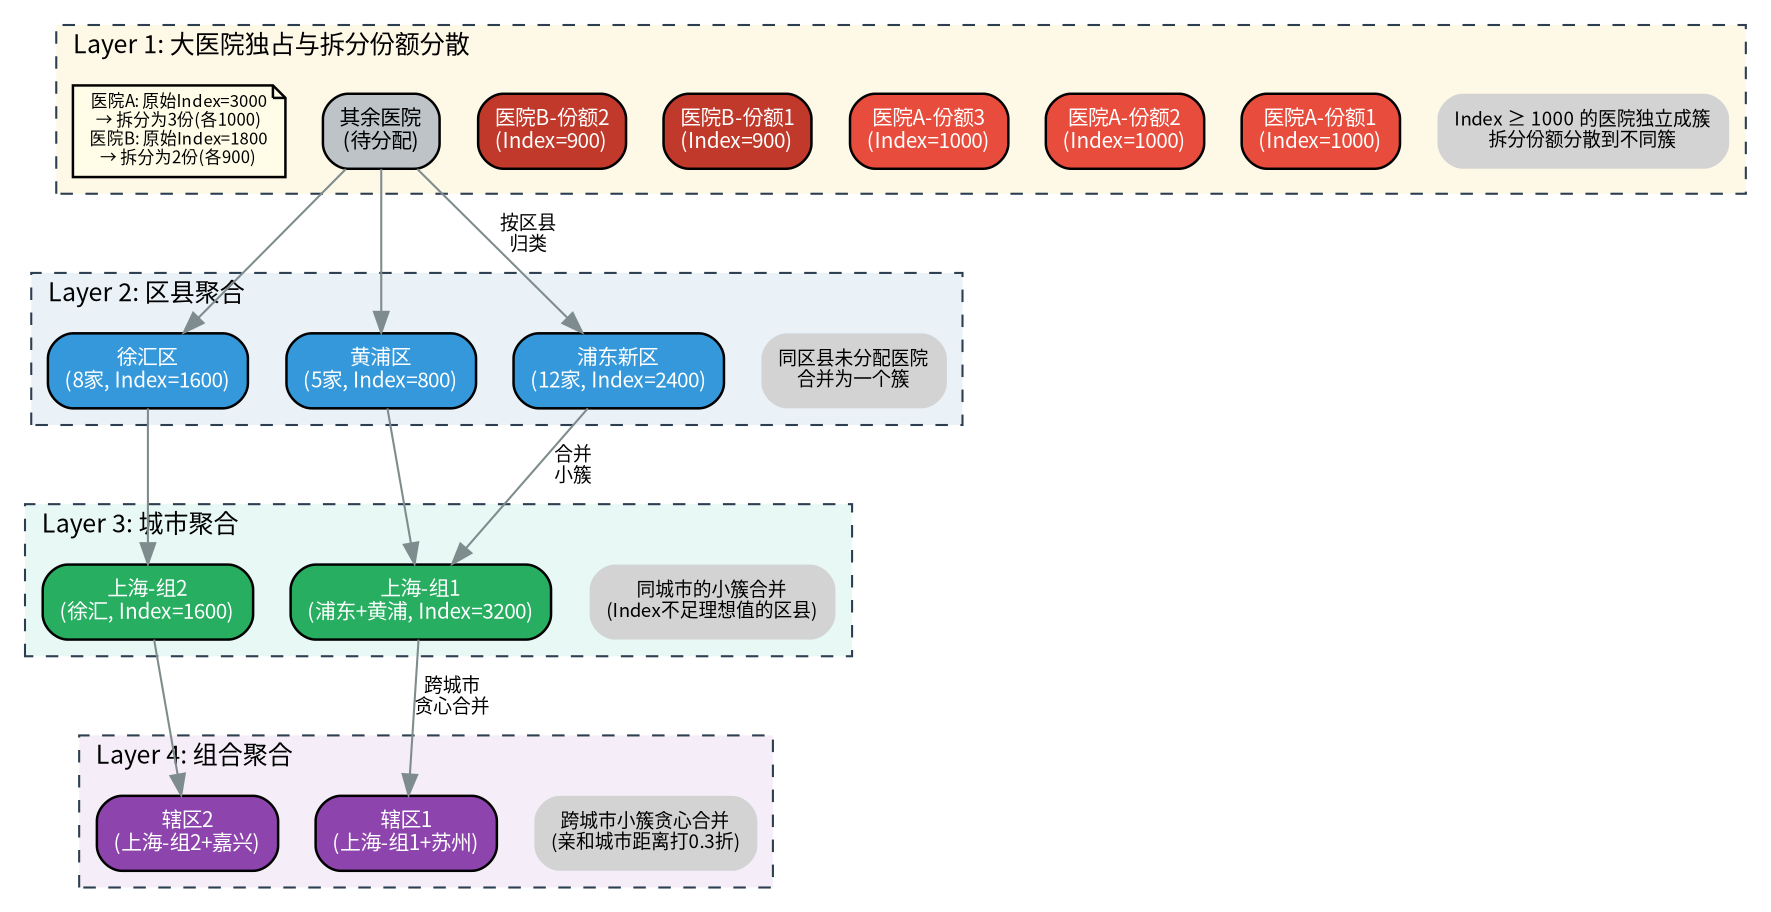
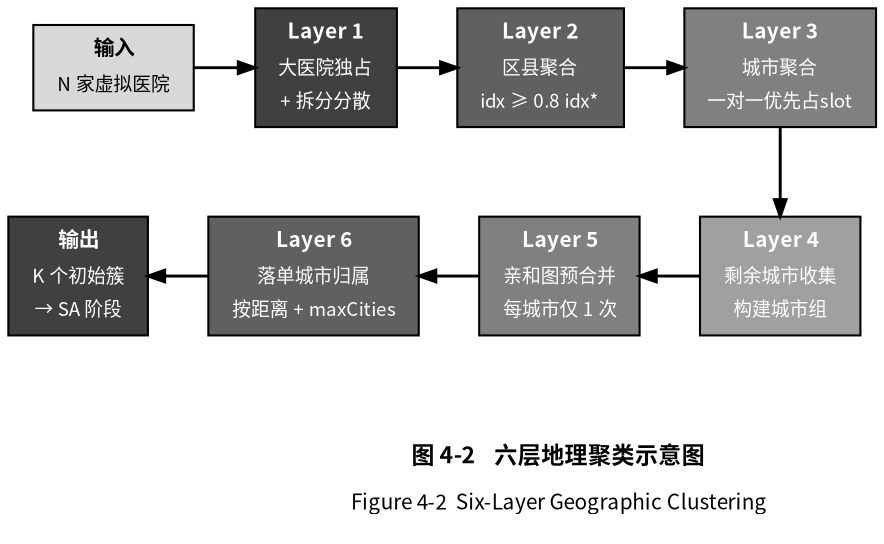
digraph G {
    rankdir=TB;
-     fontname="Noto Sans CJK JP";
-     node [fontname="Noto Sans CJK JP", fontsize=10, shape=box, style="rounded,filled", penwidth=1.2];
-     edge [fontname="Noto Sans CJK JP", fontsize=9, color="#7f8c8d"];
+     dpi=300;
+     bgcolor="white";
+     fontname="Noto Sans CJK SC";
+     nodesep=0.4;
+     ranksep=0.6;

-     // Layer 1
-     subgraph cluster_layer1 {
-         label="Layer 1: 大医院独占与拆分份额分散";
-         labeljust=l;
-         fontname="Noto Sans CJK JP";
-         fontsize=12;
-         style="dashed";
-         color="#2c3e50";
-         bgcolor="#fef9e7";
+     node [fontname="Noto Sans CJK SC", fontsize=10, shape=box, style="filled", penwidth=1.0, color="black"];
+     edge [fontname="Noto Sans CJK SC", fontsize=9, color="black", penwidth=1.4, arrowsize=0.8];

-         l1_desc [label="Index ≥ 1000 的医院独立成簇\n拆分份额分散到不同簇", shape=plaintext, fontsize=9];
-         l1_h1a [label="医院A-份额1\n(Index=1000)", fillcolor="#e74c3c", fontcolor=white];
-         l1_h1b [label="医院A-份额2\n(Index=1000)", fillcolor="#e74c3c", fontcolor=white];
-         l1_h1c [label="医院A-份额3\n(Index=1000)", fillcolor="#e74c3c", fontcolor=white];
-         l1_h2a [label="医院B-份额1\n(Index=900)", fillcolor="#c0392b", fontcolor=white];
-         l1_h2b [label="医院B-份额2\n(Index=900)", fillcolor="#c0392b", fontcolor=white];
-         l1_rest [label="其余医院\n(待分配)", fillcolor="#bdc3c7"];
-         l1_note [label="医院A: 原始Index=3000\n→ 拆分为3份(各1000)\n医院B: 原始Index=1800\n→ 拆分为2份(各900)", shape=note, fillcolor="#fffde7", fontsize=8];
-     }
+     // 第一行：input → L1 → L2 → L3
+     input [label=<<TABLE BORDER="0" CELLBORDER="0" CELLSPACING="0" CELLPADDING="3"><TR><TD ALIGN="CENTER"><B><FONT POINT-SIZE="10">输入</FONT></B></TD></TR><TR><TD ALIGN="CENTER"><FONT POINT-SIZE="9">N 家虚拟医院</FONT></TD></TR></TABLE>>, fillcolor="#d8d8d8", fontcolor=black];

-     // Layer 2
-     subgraph cluster_layer2 {
-         label="Layer 2: 区县聚合";
-         labeljust=l;
-         fontname="Noto Sans CJK JP";
-         fontsize=12;
-         style="dashed";
-         color="#2c3e50";
-         bgcolor="#eaf2f8";
+     L1 [label=<<TABLE BORDER="0" CELLBORDER="0" CELLSPACING="0" CELLPADDING="3"><TR><TD ALIGN="CENTER"><B><FONT POINT-SIZE="10">Layer 1</FONT></B></TD></TR><TR><TD ALIGN="CENTER"><FONT POINT-SIZE="9">大医院独占</FONT></TD></TR><TR><TD ALIGN="CENTER"><FONT POINT-SIZE="9">+ 拆分分散</FONT></TD></TR></TABLE>>, fillcolor="#404040", fontcolor=white];

-         l2_desc [label="同区县未分配医院\n合并为一个簇", shape=plaintext, fontsize=9];
-         l2_c1 [label="浦东新区\n(12家, Index=2400)", fillcolor="#3498db", fontcolor=white];
-         l2_c2 [label="徐汇区\n(8家, Index=1600)", fillcolor="#3498db", fontcolor=white];
-         l2_c3 [label="黄浦区\n(5家, Index=800)", fillcolor="#3498db", fontcolor=white];
-     }
+     L2 [label=<<TABLE BORDER="0" CELLBORDER="0" CELLSPACING="0" CELLPADDING="3"><TR><TD ALIGN="CENTER"><B><FONT POINT-SIZE="10">Layer 2</FONT></B></TD></TR><TR><TD ALIGN="CENTER"><FONT POINT-SIZE="9">区县聚合</FONT></TD></TR><TR><TD ALIGN="CENTER"><FONT POINT-SIZE="9">idx ≥ 0.8 idx*</FONT></TD></TR></TABLE>>, fillcolor="#606060", fontcolor=white];

-     // Layer 3
-     subgraph cluster_layer3 {
-         label="Layer 3: 城市聚合";
-         labeljust=l;
-         fontname="Noto Sans CJK JP";
-         fontsize=12;
-         style="dashed";
-         color="#2c3e50";
-         bgcolor="#e8f8f5";
+     L3 [label=<<TABLE BORDER="0" CELLBORDER="0" CELLSPACING="0" CELLPADDING="3"><TR><TD ALIGN="CENTER"><B><FONT POINT-SIZE="10">Layer 3</FONT></B></TD></TR><TR><TD ALIGN="CENTER"><FONT POINT-SIZE="9">城市聚合</FONT></TD></TR><TR><TD ALIGN="CENTER"><FONT POINT-SIZE="9">一对一优先占slot</FONT></TD></TR></TABLE>>, fillcolor="#808080", fontcolor=white];

-         l3_desc [label="同城市的小簇合并\n(Index不足理想值的区县)", shape=plaintext, fontsize=9];
-         l3_c1 [label="上海-组1\n(浦东+黄浦, Index=3200)", fillcolor="#27ae60", fontcolor=white];
-         l3_c2 [label="上海-组2\n(徐汇, Index=1600)", fillcolor="#27ae60", fontcolor=white];
-     }
+     // 第二行：L4 → L5 → L6 → output（反向布局，但箭头视觉为正向）
+     L4 [label=<<TABLE BORDER="0" CELLBORDER="0" CELLSPACING="0" CELLPADDING="3"><TR><TD ALIGN="CENTER"><B><FONT POINT-SIZE="10">Layer 4</FONT></B></TD></TR><TR><TD ALIGN="CENTER"><FONT POINT-SIZE="9">剩余城市收集</FONT></TD></TR><TR><TD ALIGN="CENTER"><FONT POINT-SIZE="9">构建城市组</FONT></TD></TR></TABLE>>, fillcolor="#a0a0a0", fontcolor=white];

-     // Layer 4
-     subgraph cluster_layer4 {
-         label="Layer 4: 组合聚合";
-         labeljust=l;
-         fontname="Noto Sans CJK JP";
-         fontsize=12;
-         style="dashed";
-         color="#2c3e50";
-         bgcolor="#f5eef8";
+     L5 [label=<<TABLE BORDER="0" CELLBORDER="0" CELLSPACING="0" CELLPADDING="3"><TR><TD ALIGN="CENTER"><B><FONT POINT-SIZE="10">Layer 5</FONT></B></TD></TR><TR><TD ALIGN="CENTER"><FONT POINT-SIZE="9">亲和图预合并</FONT></TD></TR><TR><TD ALIGN="CENTER"><FONT POINT-SIZE="9">每城市仅 1 次</FONT></TD></TR></TABLE>>, fillcolor="#808080", fontcolor=white];

-         l4_desc [label="跨城市小簇贪心合并\n(亲和城市距离打0.3折)", shape=plaintext, fontsize=9];
-         l4_c1 [label="辖区1\n(上海-组1+苏州)", fillcolor="#8e44ad", fontcolor=white];
-         l4_c2 [label="辖区2\n(上海-组2+嘉兴)", fillcolor="#8e44ad", fontcolor=white];
-     }
+     L6 [label=<<TABLE BORDER="0" CELLBORDER="0" CELLSPACING="0" CELLPADDING="3"><TR><TD ALIGN="CENTER"><B><FONT POINT-SIZE="10">Layer 6</FONT></B></TD></TR><TR><TD ALIGN="CENTER"><FONT POINT-SIZE="9">落单城市归属</FONT></TD></TR><TR><TD ALIGN="CENTER"><FONT POINT-SIZE="9">按距离 + maxCities</FONT></TD></TR></TABLE>>, fillcolor="#606060", fontcolor=white];

-     // Edges
-     l1_rest -> l2_c1 [label="按区县\n归类"];
-     l1_rest -> l2_c2;
-     l1_rest -> l2_c3;
+     output [label=<<TABLE BORDER="0" CELLBORDER="0" CELLSPACING="0" CELLPADDING="3"><TR><TD ALIGN="CENTER"><B><FONT POINT-SIZE="10">输出</FONT></B></TD></TR><TR><TD ALIGN="CENTER"><FONT POINT-SIZE="9">K 个初始簇</FONT></TD></TR><TR><TD ALIGN="CENTER"><FONT POINT-SIZE="9">→ SA 阶段</FONT></TD></TR></TABLE>>, fillcolor="#404040", fontcolor=white];

-     l2_c1 -> l3_c1 [label="合并\n小簇"];
-     l2_c3 -> l3_c1;
-     l2_c2 -> l3_c2;
+     // 强制两行：第一行 input/L1/L2/L3；第二行 output/L6/L5/L4（反向布局以实现 Z 字流向）
+     { rank=same; input; L1; L2; L3; }
+     { rank=same; output; L6; L5; L4; }

-     l3_c1 -> l4_c1 [label="跨城市\n贪心合并"];
-     l3_c2 -> l4_c2;
+     // 第一行流向（视觉左→右）
+     input -> L1 [weight=100];
+     L1 -> L2 [weight=100];
+     L2 -> L3 [weight=100];
+ 
+     // 跨行：L3（右上）→ L4（右下）
+     L3 -> L4;
+ 
+     // 第二行流向：layout 为 output(左)→L6→L5→L4(右)，视觉箭头反向
+     output -> L6 [dir=back, weight=100];
+     L6 -> L5 [dir=back, weight=100];
+     L5 -> L4 [dir=back, weight=100];
+ 
+     // 图注
+     caption [label=<
+         <TABLE BORDER="0" CELLBORDER="0" CELLSPACING="2" CELLPADDING="4">
+             <TR><TD ALIGN="CENTER"><B><FONT POINT-SIZE="11">图 4-2    六层地理聚类示意图</FONT></B></TD></TR>
+             <TR><TD ALIGN="CENTER"><FONT POINT-SIZE="10">Figure 4-2  Six-Layer Geographic Clustering</FONT></TD></TR>
+         </TABLE>
+     >, shape=plaintext, style="", fillcolor=""];
+     { rank=sink; caption; }
+     L5 -> caption [style=invis];
}
